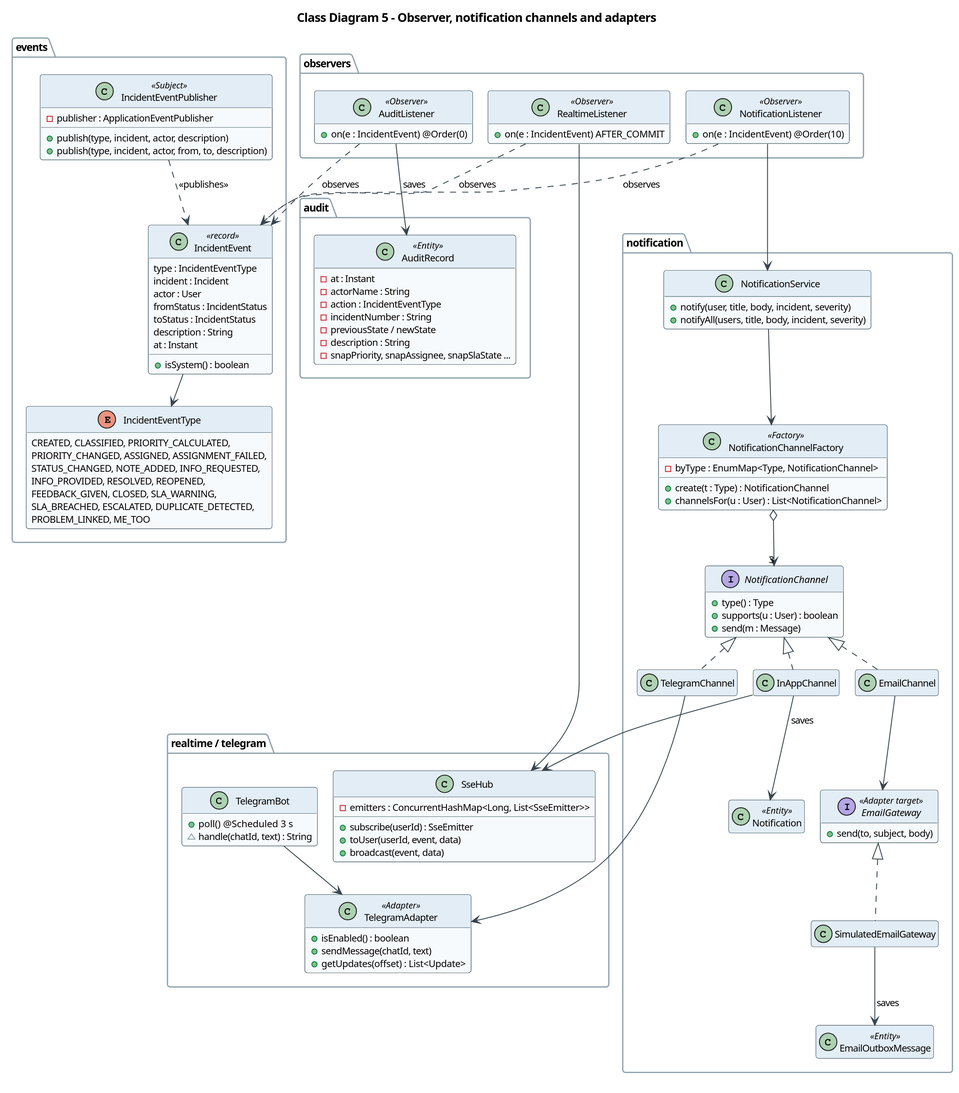
This is docs/uml/class-observer.svg from ashaswanth10-a11y/OOP_37, a PlantUML export, as it was before one commit.
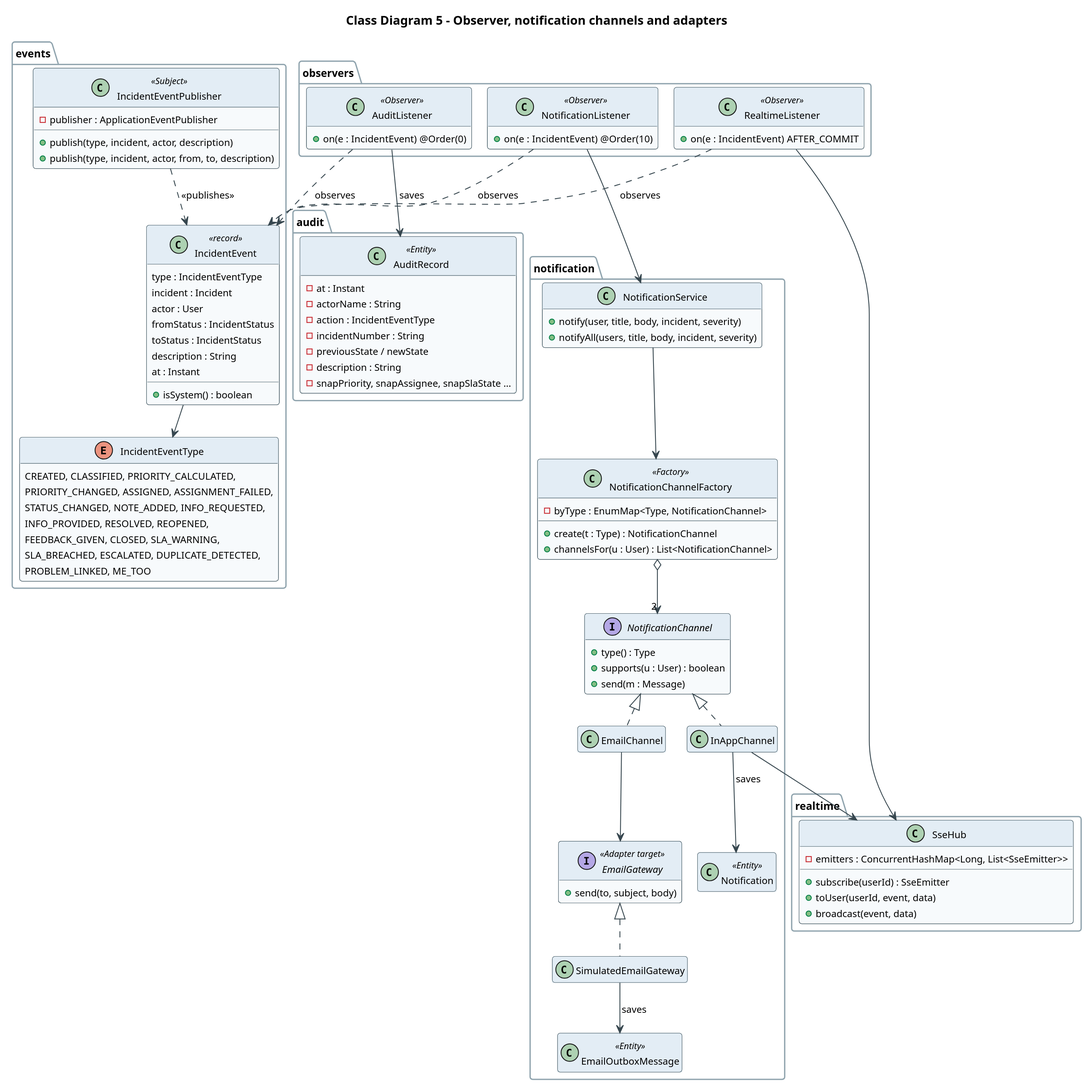
The same diagram one commit later.

Change to the diagram source:
```diff
@@ -70,7 +70,6 @@
   }
   class InAppChannel
   class EmailChannel
-  class TelegramChannel
   interface EmailGateway <<Adapter target>> {
     + send(to, subject, body)
   }
@@ -79,21 +78,12 @@
   class EmailOutboxMessage <<Entity>>
 }
 
-package "realtime / telegram" {
+package "realtime" {
   class SseHub {
     - emitters : ConcurrentHashMap<Long, List<SseEmitter>>
     + subscribe(userId) : SseEmitter
     + toUser(userId, event, data)
     + broadcast(event, data)
-  }
-  class TelegramAdapter <<Adapter>> {
-    + isEnabled() : boolean
-    + sendMessage(chatId, text)
-    + getUpdates(offset) : List<Update>
-  }
-  class TelegramBot {
-    + poll()  @Scheduled 3 s
-    ~ handle(chatId, text) : String
   }
 }
 
@@ -105,16 +95,13 @@
 AuditListener --> AuditRecord : saves
 NotificationListener --> NotificationService
 NotificationService --> NotificationChannelFactory
-NotificationChannelFactory o--> "3" NotificationChannel
+NotificationChannelFactory o--> "2" NotificationChannel
 NotificationChannel <|.. InAppChannel
 NotificationChannel <|.. EmailChannel
-NotificationChannel <|.. TelegramChannel
 InAppChannel --> Notification : saves
 InAppChannel --> SseHub
 EmailChannel --> EmailGateway
 EmailGateway <|.. SimulatedEmailGateway
 SimulatedEmailGateway --> EmailOutboxMessage : saves
-TelegramChannel --> TelegramAdapter
-TelegramBot --> TelegramAdapter
 RealtimeListener --> SseHub
 @enduml
```
